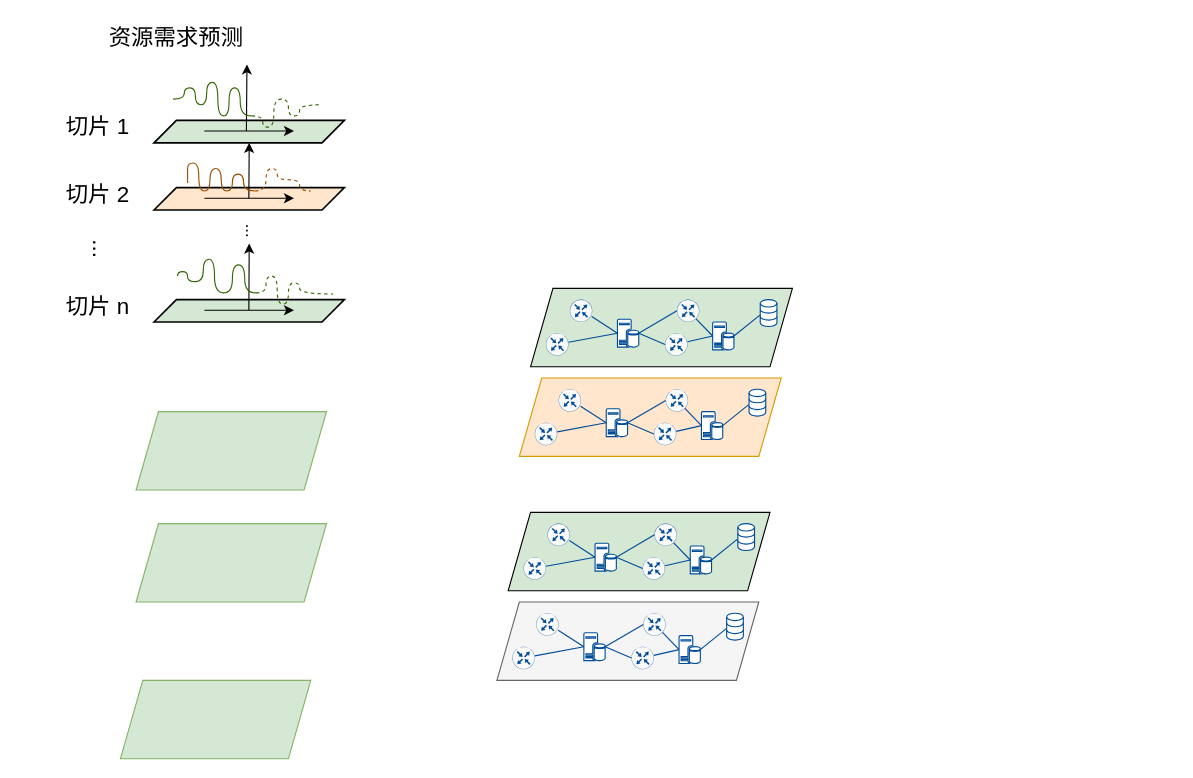
This is 切片调度.drawio from SOANykun/SOA.github.io, a draw.io file, before an edit. Source tidied: cells renumbered, new cells numbered last; positions are measured from the earlier drawing's top-left corner, leaving out a move shared by most shapes. Both pictures are drawn from the tidied source at 112%, with x=0, y=0 at pixel (19, 19).
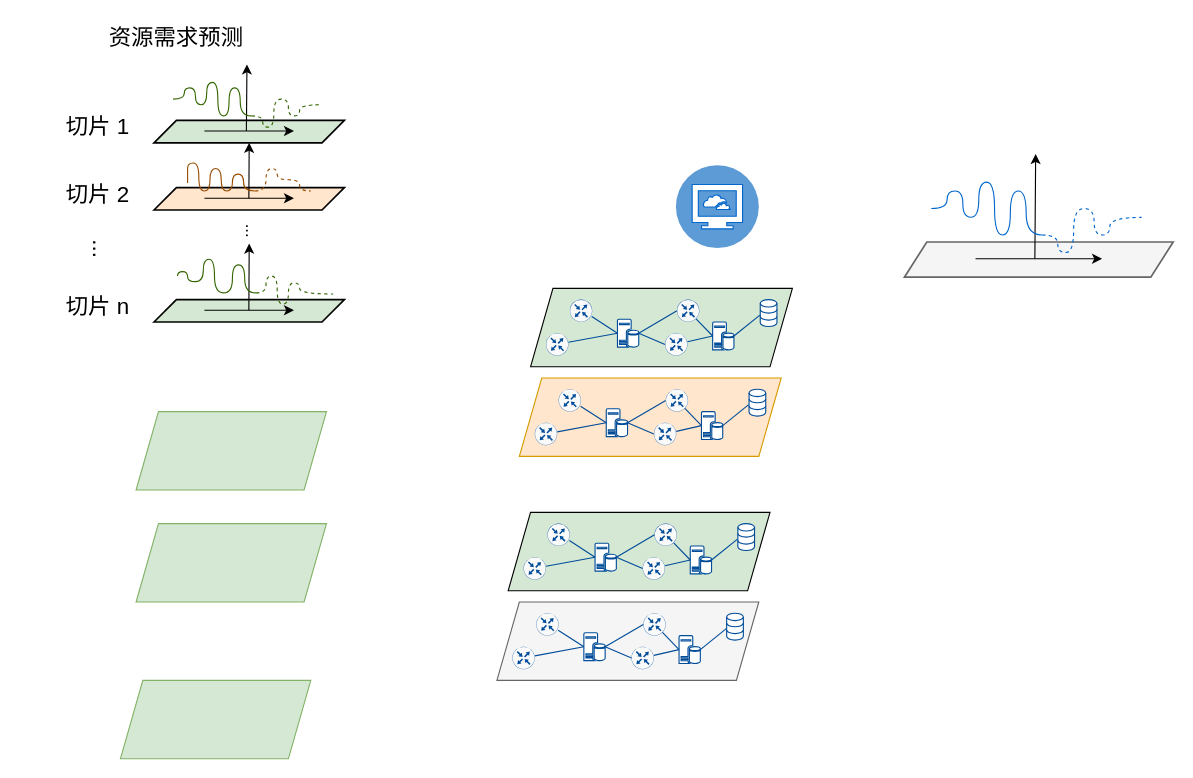
The same page after the edit.

Commit message (it also covers changes not shown here):
更新切片调度.drawio

The edit, as a diff of the source:
```diff
@@
+    <mxCell id="90" style="group;" parent="1" vertex="1">
+      <mxGeometry x="790" y="120" width="240" height="110" as="geometry" />
+    </mxCell>
+    <mxCell id="91" style="shape=parallelogram;perimeter=parallelogramPerimeter;whiteSpace=wrap;html=1;fixedSize=1;strokeColor=#666666;strokeWidth=1.5;fontSize=20;fillColor=#f5f5f5;fontColor=#333333;" parent="90" vertex="1">
+      <mxGeometry y="78.6" width="240" height="31.4" as="geometry" />
+    </mxCell>
+    <mxCell id="92" style="endArrow=classic;html=1;rounded=0;fontSize=20;" parent="90" edge="1">
+      <mxGeometry relative="1" as="geometry">
+        <mxPoint x="63.5" y="93.5" as="sourcePoint" />
+        <mxPoint x="176.5" y="93.5" as="targetPoint" />
+      </mxGeometry>
+    </mxCell>
+    <mxCell id="93" style="endArrow=classic;html=1;rounded=0;fontSize=20;" parent="90" edge="1">
+      <mxGeometry relative="1" as="geometry">
+        <mxPoint x="116.5" y="93.5" as="sourcePoint" />
+        <mxPoint x="117.2" as="targetPoint" />
+      </mxGeometry>
+    </mxCell>
+    <mxCell id="94" style="endArrow=none;html=1;rounded=0;fontSize=20;edgeStyle=orthogonalEdgeStyle;elbow=vertical;curved=1;endFill=0;fillColor=#d5e8d4;strokeColor=#0066CC;" parent="90" edge="1">
+      <mxGeometry relative="1" as="geometry">
+        <mxPoint x="24" y="48.7" as="sourcePoint" />
+        <mxPoint x="122.8" y="72.3" as="targetPoint" />
+        <Array as="points">
+          <mxPoint x="38.1" y="48.7" />
+          <mxPoint x="38.1" y="33" />
+          <mxPoint x="52.2" y="33" />
+          <mxPoint x="52.2" y="56.5" />
+          <mxPoint x="66.4" y="56.5" />
+          <mxPoint x="66.4" y="25.1" />
+          <mxPoint x="80.5" y="25.1" />
+          <mxPoint x="80.5" y="72.3" />
+          <mxPoint x="94.6" y="72.3" />
+          <mxPoint x="94.6" y="33" />
+          <mxPoint x="108.7" y="33" />
+          <mxPoint x="108.7" y="72.3" />
+        </Array>
+      </mxGeometry>
+    </mxCell>
+    <mxCell id="95" style="endArrow=none;html=1;rounded=0;fontSize=20;edgeStyle=orthogonalEdgeStyle;elbow=vertical;curved=1;endFill=0;fillColor=#d5e8d4;strokeColor=#0066CC;dashed=1;" parent="90" edge="1">
+      <mxGeometry relative="1" as="geometry">
+        <mxPoint x="122.8" y="72.3" as="sourcePoint" />
+        <mxPoint x="211.8" y="56.6" as="targetPoint" />
+        <Array as="points">
+          <mxPoint x="136.9" y="72.3" />
+          <mxPoint x="136.9" y="88" />
+          <mxPoint x="151.1" y="88" />
+          <mxPoint x="151.1" y="48.7" />
+          <mxPoint x="169.4" y="48.7" />
+          <mxPoint x="169.4" y="72.3" />
+          <mxPoint x="183.5" y="72.3" />
+          <mxPoint x="183.5" y="56.6" />
+        </Array>
+      </mxGeometry>
+    </mxCell>
+    <mxCell id="96" style="group;" parent="1" vertex="1">
+      <mxGeometry x="586" y="130" width="74" height="74" as="geometry" />
+    </mxCell>
+    <mxCell id="97" style="ellipse;whiteSpace=wrap;html=1;strokeColor=none;strokeWidth=1;fillColor=#5C9BD5;" parent="96" vertex="1">
+      <mxGeometry width="74" height="74" as="geometry" />
+    </mxCell>
+    <mxCell id="98" style="sketch=0;html=1;strokeColor=#0066CC;shadow=0;align=center;verticalAlign=top;fillColor=#FFFFFF;shape=mxgraph.gcp2.cloud_computer;strokeWidth=1;" parent="96" vertex="1">
+      <mxGeometry x="14.5" y="17.2" width="45" height="39.6" as="geometry" />
+    </mxCell>
```
